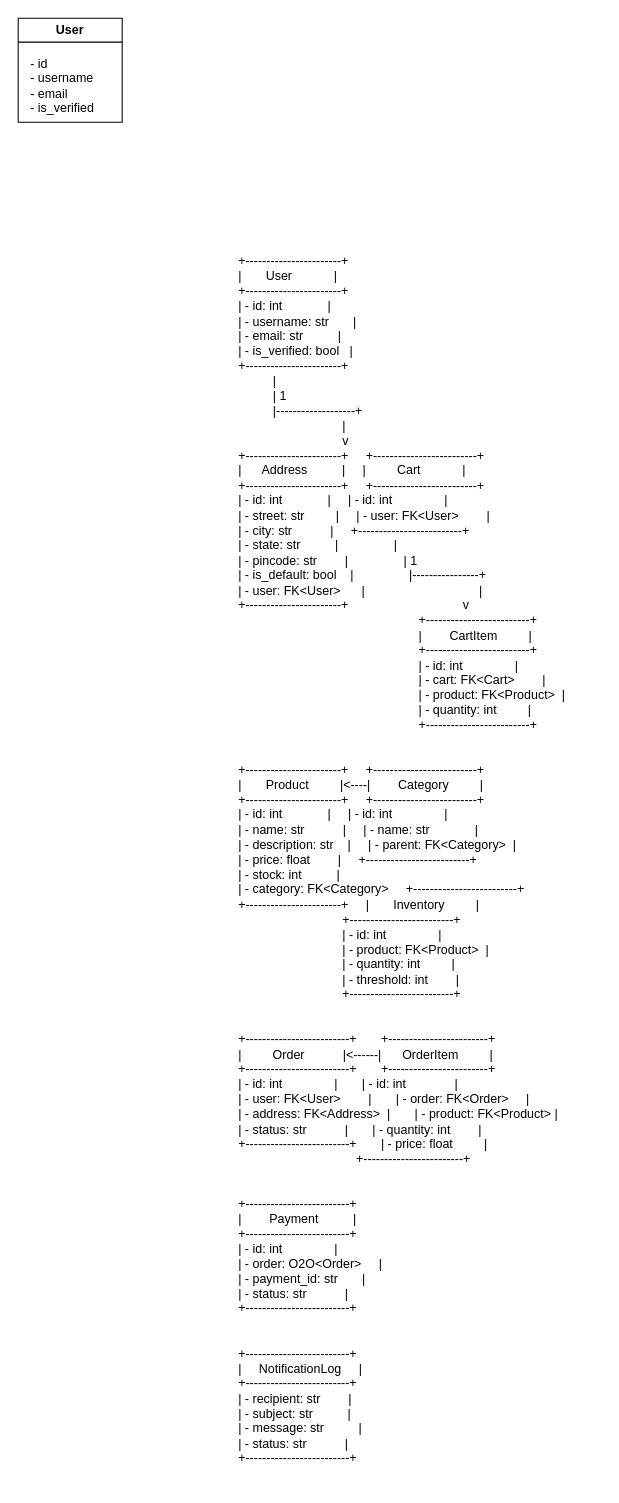
Before: classDiagram.drawio in ashu7mishra/ecommapp, a draw.io diagram. Source tidied: cells renumbered, new cells numbered last; positions are measured from the earlier drawing's top-left corner, leaving out a move shared by most shapes. Both pictures are drawn from the tidied source at 104%, with x=0, y=0 at pixel (18, 18).
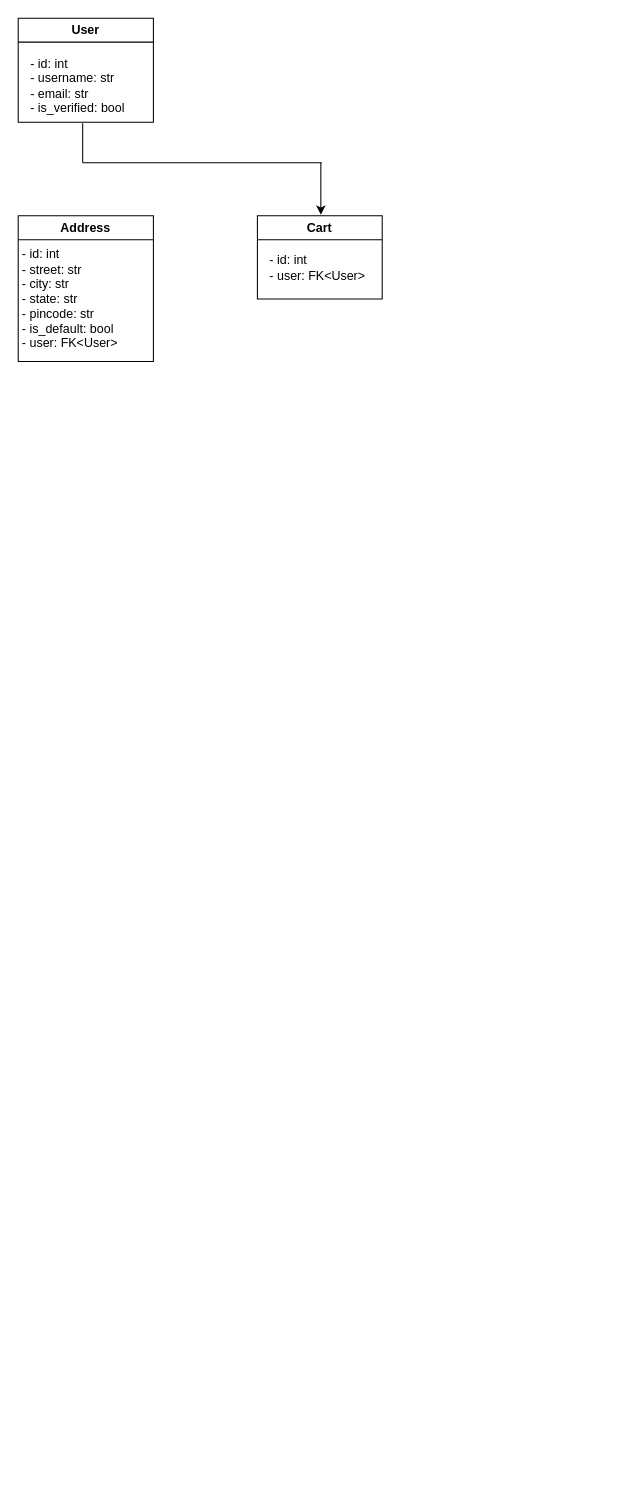
After the change.

What changed in the source:
```diff
@@
 <mxGraphModel>
   <root>
     <mxCell id="0" />
     <mxCell id="1" parent="0" />
     <mxCell id="2" value="User" style="swimlane;whiteSpace=wrap;html=1;startSize=23;" parent="1" vertex="1">
-      <mxGeometry width="100" height="100" as="geometry" />
+      <mxGeometry width="130" height="100" as="geometry" />
     </mxCell>
-    <mxCell id="3" value="- id&lt;div&gt;- username&lt;/div&gt;&lt;div&gt;- email&lt;/div&gt;&lt;div&gt;- is_verified&lt;/div&gt;" style="text;html=1;align=left;verticalAlign=middle;strokeColor=none;fillColor=none;" parent="2" vertex="1">
-      <mxGeometry x="10" y="30" width="80" height="70" as="geometry" />
-    </mxCell>
-    <mxCell id="4" value="+-----------------------+&#10;|       User            |&#10;+-----------------------+&#10;| - id: int             |&#10;| - username: str       |&#10;| - email: str          |&#10;| - is_verified: bool   |&#10;+-----------------------+&#10;          |&#10;          | 1&#10;          |-------------------+&#10;                              |&#10;                              v&#10;+-----------------------+     +-------------------------+&#10;|      Address          |     |         Cart            |&#10;+-----------------------+     +-------------------------+&#10;| - id: int             |     | - id: int               |&#10;| - street: str         |     | - user: FK&lt;User&gt;        |&#10;| - city: str           |     +-------------------------+&#10;| - state: str          |                |&#10;| - pincode: str        |                | 1&#10;| - is_default: bool    |                |----------------+&#10;| - user: FK&lt;User&gt;      |                                 |&#10;+-----------------------+                                 v&#10;                                                    +-------------------------+&#10;                                                    |        CartItem         |&#10;                                                    +-------------------------+&#10;                                                    | - id: int               |&#10;                                                    | - cart: FK&lt;Cart&gt;        |&#10;                                                    | - product: FK&lt;Product&gt;  |&#10;                                                    | - quantity: int         |&#10;                                                    +-------------------------+&#10;&#10;&#10;+-----------------------+     +-------------------------+&#10;|       Product         |&lt;----|        Category         |&#10;+-----------------------+     +-------------------------+&#10;| - id: int             |     | - id: int               |&#10;| - name: str           |     | - name: str             |&#10;| - description: str    |     | - parent: FK&lt;Category&gt;  |&#10;| - price: float        |     +-------------------------+&#10;| - stock: int          |&#10;| - category: FK&lt;Category&gt;     +-------------------------+&#10;+-----------------------+     |       Inventory         |&#10;                              +-------------------------+&#10;                              | - id: int               |&#10;                              | - product: FK&lt;Product&gt;  |&#10;                              | - quantity: int         |&#10;                              | - threshold: int        |&#10;                              +-------------------------+&#10;&#10;&#10;+-------------------------+       +------------------------+&#10;|         Order           |&lt;------|      OrderItem         |&#10;+-------------------------+       +------------------------+&#10;| - id: int               |       | - id: int              |&#10;| - user: FK&lt;User&gt;        |       | - order: FK&lt;Order&gt;     |&#10;| - address: FK&lt;Address&gt;  |       | - product: FK&lt;Product&gt; |&#10;| - status: str           |       | - quantity: int        |&#10;+-------------------------+       | - price: float         |&#10;                                  +------------------------+&#10;&#10;&#10;+-------------------------+&#10;|        Payment          |&#10;+-------------------------+&#10;| - id: int               |&#10;| - order: O2O&lt;Order&gt;     |&#10;| - payment_id: str       |&#10;| - status: str           |&#10;+-------------------------+&#10;&#10;&#10;+-------------------------+&#10;|     NotificationLog     |&#10;+-------------------------+&#10;| - recipient: str        |&#10;| - subject: str          |&#10;| - message: str          |&#10;| - status: str           |&#10;+-------------------------+" style="text;whiteSpace=wrap;" parent="1" vertex="1">
-      <mxGeometry x="210" y="220" width="350" height="1190" as="geometry" />
-    </mxCell>
+    <mxCell id="5" value="&lt;div&gt;- id: int&amp;nbsp; &amp;nbsp; &amp;nbsp; &amp;nbsp; &amp;nbsp;&amp;nbsp;&lt;/div&gt;&lt;div&gt;- username: str&lt;/div&gt;&lt;div&gt;- email: str&lt;/div&gt;&lt;div&gt;- is_verified: bool&lt;/div&gt;" style="text;html=1;align=left;verticalAlign=middle;strokeColor=none;fillColor=none;" parent="2" vertex="1">
+      <mxGeometry x="10" y="30" width="110" height="70" as="geometry" />
+    </mxCell>
+    <mxCell id="6" value="Address" style="swimlane;whiteSpace=wrap;html=1;startSize=23;" parent="1" vertex="1">
+      <mxGeometry y="190" width="130" height="140" as="geometry" />
+    </mxCell>
+    <mxCell id="7" value="&lt;div&gt;- id: int&lt;/div&gt;&lt;div&gt;- street: str&lt;/div&gt;&lt;div&gt;- city: str&lt;/div&gt;&lt;div&gt;- state: str&lt;/div&gt;&lt;div&gt;- pincode: str&lt;/div&gt;&lt;div&gt;- is_default: bool&lt;/div&gt;&lt;div&gt;- user: FK&amp;lt;User&amp;gt;&lt;/div&gt;" style="text;html=1;align=left;verticalAlign=middle;strokeColor=none;fillColor=none;" parent="6" vertex="1">
+      <mxGeometry x="2" y="25" width="120" height="110" as="geometry" />
+    </mxCell>
+    <mxCell id="8" value="Cart" style="swimlane;whiteSpace=wrap;html=1;" parent="1" vertex="1">
+      <mxGeometry x="230" y="190" width="120" height="80" as="geometry" />
+    </mxCell>
+    <mxCell id="9" value="&lt;div&gt;- id: int&lt;/div&gt;&lt;div&gt;- user: FK&amp;lt;User&amp;gt;&amp;nbsp;&lt;/div&gt;" style="text;html=1;align=left;verticalAlign=middle;strokeColor=none;fillColor=none;" parent="8" vertex="1">
+      <mxGeometry x="10" y="30" width="120" height="40" as="geometry" />
+    </mxCell>
+    <mxCell id="10" style="group;" parent="1" vertex="1">
+      <mxGeometry x="62" y="101" width="230" height="88" as="geometry" />
+    </mxCell>
+    <mxCell id="11" style="endArrow=none;html=1;rounded=0;entryX=0.473;entryY=1.029;entryDx=0;entryDy=0;entryPerimeter=0;" parent="10" edge="1">
+      <mxGeometry relative="1" as="geometry">
+        <mxPoint y="38" as="sourcePoint" />
+        <mxPoint as="targetPoint" />
+      </mxGeometry>
+    </mxCell>
+    <mxCell id="12" style="endArrow=none;html=1;rounded=0;" parent="10" edge="1">
+      <mxGeometry relative="1" as="geometry">
+        <mxPoint y="38" as="sourcePoint" />
+        <mxPoint x="230" y="38" as="targetPoint" />
+      </mxGeometry>
+    </mxCell>
+    <mxCell id="13" style="endArrow=classic;html=1;rounded=0;entryX=0.5;entryY=0;entryDx=0;entryDy=0;" parent="10" edge="1">
+      <mxGeometry relative="1" as="geometry">
+        <mxPoint x="229" y="38" as="sourcePoint" />
+        <mxPoint x="229" y="88" as="targetPoint" />
+      </mxGeometry>
+    </mxCell>
   </root>
 </mxGraphModel>
```
